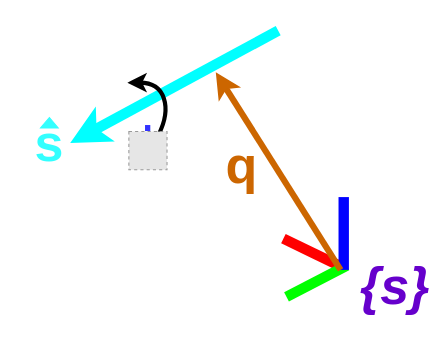
Above: diagrams/description_of_a_screw.drawio in UTNuclearRoboticsPublic/closed_chain_affordance (draw.io), before the change. Source tidied: cells renumbered, new cells numbered last; positions are measured from the earlier drawing's top-left corner, leaving out a move shared by most shapes. Both pictures are drawn from the tidied source at 104%, with x=0, y=0 at pixel (18, 30). Pictures stored in the file or linked from it are replaced by grey dashed boxes.
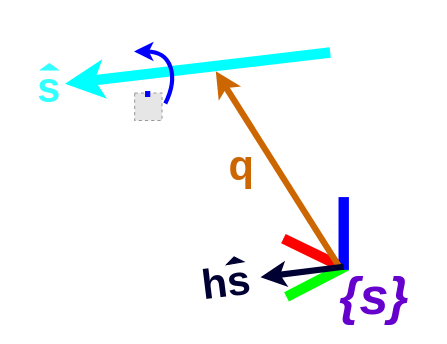
The same page after the edit.

Commit message (it also covers changes not shown here):
update description_of_a_screw

Diff of the diagram source:
```diff
@@
     <mxCell id="2" value="&lt;font size=&quot;1&quot;&gt;&lt;b&gt;&lt;i style=&quot;&quot;&gt;&lt;font style=&quot;font-size: 50px;&quot; color=&quot;#6600cc&quot;&gt;{s}&lt;/font&gt;&lt;/i&gt;&lt;/b&gt;&lt;/font&gt;" style="text;html=1;strokeColor=none;fillColor=none;align=center;verticalAlign=middle;whiteSpace=wrap;rounded=0;" parent="1" vertex="1">
-      <mxGeometry x="330" y="220" width="65" height="50" as="geometry" />
+      <mxGeometry x="310" y="230" width="65" height="50" as="geometry" />
     </mxCell>
-    <mxCell id="3" style="endArrow=classic;html=1;rounded=0;strokeWidth=10;strokeColor=#00FFFF;" parent="1" edge="1">
-      <mxGeometry relative="1" as="geometry">
-        <mxPoint x="250" as="sourcePoint" />
-        <mxPoint x="50" y="108" as="targetPoint" />
-      </mxGeometry>
-    </mxCell>
@@
-    <mxCell id="8" style="endArrow=classic;html=1;rounded=0;strokeWidth=6;strokeColor=#CC6600;" parent="1" edge="1">
-      <mxGeometry relative="1" as="geometry">
-        <mxPoint x="310" y="230" as="sourcePoint" />
-        <mxPoint x="190" y="40" as="targetPoint" />
-      </mxGeometry>
-    </mxCell>
+    <mxCell id="3" style="endArrow=classic;html=1;rounded=0;strokeWidth=10;strokeColor=#00FFFF;" parent="1" edge="1">
+      <mxGeometry relative="1" as="geometry">
+        <mxPoint x="300" y="21" as="sourcePoint" />
+        <mxPoint x="45" y="51" as="targetPoint" />
+      </mxGeometry>
+    </mxCell>
-    <mxCell id="9" value="&lt;font size=&quot;1&quot; color=&quot;#cc6600&quot;&gt;&lt;b style=&quot;font-size: 50px;&quot;&gt;q&lt;/b&gt;&lt;/font&gt;" style="text;html=1;strokeColor=none;fillColor=none;align=center;verticalAlign=middle;whiteSpace=wrap;rounded=0;" parent="1" vertex="1">
+    <mxCell id="9" value="&lt;font size=&quot;1&quot; color=&quot;#cc6600&quot;&gt;&lt;b style=&quot;font-size: 40px;&quot;&gt;q&lt;/b&gt;&lt;/font&gt;" style="text;html=1;strokeColor=none;fillColor=none;align=center;verticalAlign=middle;whiteSpace=wrap;rounded=0;" parent="1" vertex="1">
       <mxGeometry x="200" y="123.7" width="30" height="10" as="geometry" />
     </mxCell>
-    <mxCell id="10" style="curved=1;endArrow=classic;html=1;rounded=0;strokeWidth=4;" parent="1" edge="1">
+    <mxCell id="10" style="curved=1;endArrow=classic;html=1;rounded=0;strokeWidth=4;strokeColor=#0000FF;" parent="1" edge="1">
       <mxGeometry relative="1" as="geometry">
-        <mxPoint x="135" y="100" as="sourcePoint" />
-        <mxPoint x="105" y="50" as="targetPoint" />
+        <mxPoint x="141.4" y="70" as="sourcePoint" />
+        <mxPoint x="111.4" y="20" as="targetPoint" />
         <Array as="points">
-          <mxPoint x="145" y="80" />
-          <mxPoint x="135" y="50" />
+          <mxPoint x="151.4" y="50" />
+          <mxPoint x="141.4" y="20" />
         </Array>
       </mxGeometry>
     </mxCell>
     <mxCell id="11" style="fillColor=#E6E6E6;strokeColor=#999999;dashed=1;verticalLabelPosition=bottom;labelBackgroundColor=default;verticalAlign=top;rotation=0;" parent="1" vertex="1">
-      <mxGeometry x="106.4" y="97" width="36.7" height="36.7" as="geometry" />
+      <mxGeometry x="112" y="60" width="26.3" height="26.3" as="geometry" />
     </mxCell>
-    <mxCell id="12" value="&lt;font style=&quot;font-size: 53px;&quot; color=&quot;#3333ff&quot;&gt;.&lt;/font&gt;" style="text;html=1;strokeColor=none;fillColor=none;align=center;verticalAlign=middle;whiteSpace=wrap;rounded=0;" parent="1" vertex="1">
-      <mxGeometry x="94.7" y="63.3" width="60" height="30" as="geometry" />
+    <mxCell id="12" value="&lt;font color=&quot;#0000ff&quot; style=&quot;font-size: 53px;&quot;&gt;.&lt;/font&gt;" style="text;html=1;strokeColor=none;fillColor=none;align=center;verticalAlign=middle;whiteSpace=wrap;rounded=0;" parent="1" vertex="1">
+      <mxGeometry x="95" y="30" width="60" height="30" as="geometry" />
     </mxCell>
-    <mxCell id="13" value="&lt;font size=&quot;1&quot; color=&quot;#33ffff&quot;&gt;&lt;b style=&quot;font-size: 50px;&quot;&gt;s&lt;/b&gt;&lt;/font&gt;" style="text;html=1;strokeColor=none;fillColor=none;align=center;verticalAlign=middle;whiteSpace=wrap;rounded=0;" parent="1" vertex="1">
-      <mxGeometry y="93.3" width="60" height="30" as="geometry" />
+    <mxCell id="13" value="&lt;font size=&quot;1&quot; color=&quot;#33ffff&quot;&gt;&lt;b style=&quot;font-size: 40px;&quot;&gt;s&lt;/b&gt;&lt;/font&gt;" style="text;html=1;strokeColor=none;fillColor=none;align=center;verticalAlign=middle;whiteSpace=wrap;rounded=0;" parent="1" vertex="1">
+      <mxGeometry y="39.2" width="60" height="30" as="geometry" />
     </mxCell>
     <mxCell id="14" style="triangle;whiteSpace=wrap;html=1;rotation=-90;strokeColor=#33FFFF;fillColor=#33FFFF;" parent="1" vertex="1">
-      <mxGeometry x="25" y="80" width="10" height="17" as="geometry" />
+      <mxGeometry x="26.9" y="26.2" width="6.2" height="17" as="geometry" />
     </mxCell>
+    <mxCell id="8" style="endArrow=classic;html=1;rounded=0;strokeWidth=6;strokeColor=#CC6600;" parent="1" edge="1">
+      <mxGeometry relative="1" as="geometry">
+        <mxPoint x="310" y="229" as="sourcePoint" />
+        <mxPoint x="190" y="39" as="targetPoint" />
+      </mxGeometry>
+    </mxCell>
+    <mxCell id="15" value="&lt;font size=&quot;1&quot; color=&quot;#000033&quot;&gt;&lt;b style=&quot;font-size: 40px;&quot;&gt;hs&lt;/b&gt;&lt;/font&gt;" style="text;html=1;strokeColor=none;fillColor=none;align=center;verticalAlign=middle;whiteSpace=wrap;rounded=0;rotation=-7;" parent="1" vertex="1">
+      <mxGeometry x="185" y="236" width="30" height="10" as="geometry" />
+    </mxCell>
+    <mxCell id="16" style="triangle;whiteSpace=wrap;html=1;rotation=-100;strokeColor=#000033;fillColor=#000033;" parent="1" vertex="1">
+      <mxGeometry x="205" y="212" width="6.2" height="17" as="geometry" />
+    </mxCell>
+    <mxCell id="17" style="endArrow=classic;html=1;rounded=0;strokeWidth=6;strokeColor=#000033;" parent="1" edge="1">
+      <mxGeometry relative="1" as="geometry">
+        <mxPoint x="313" y="227" as="sourcePoint" />
+        <mxPoint x="233" y="237" as="targetPoint" />
+      </mxGeometry>
+    </mxCell>
```
